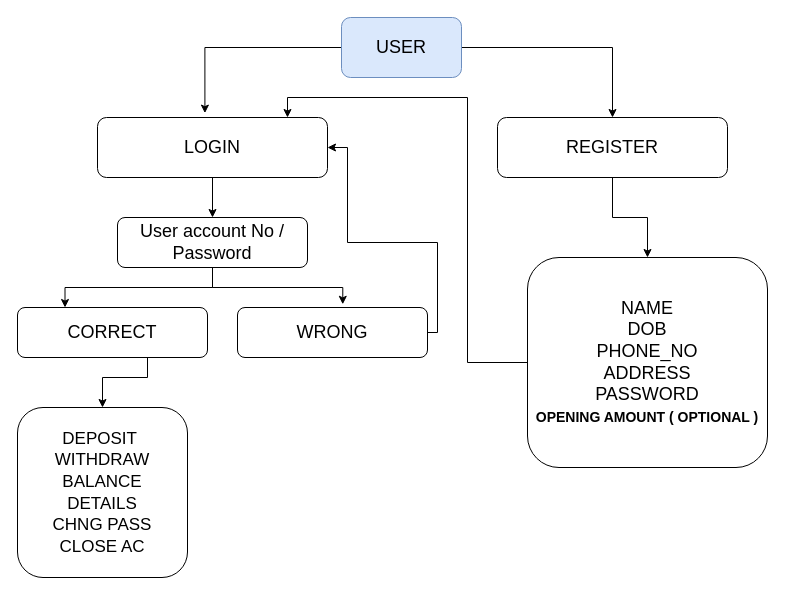
Before: Banking.drawio in Raj-kar/Daigrams, a draw.io diagram. Source tidied: cells renumbered, new cells numbered last; positions are measured from the earlier drawing's top-left corner, leaving out a move shared by most shapes. Both pictures are drawn from the tidied source at 100%, with x=0, y=0 at pixel (17, 17).
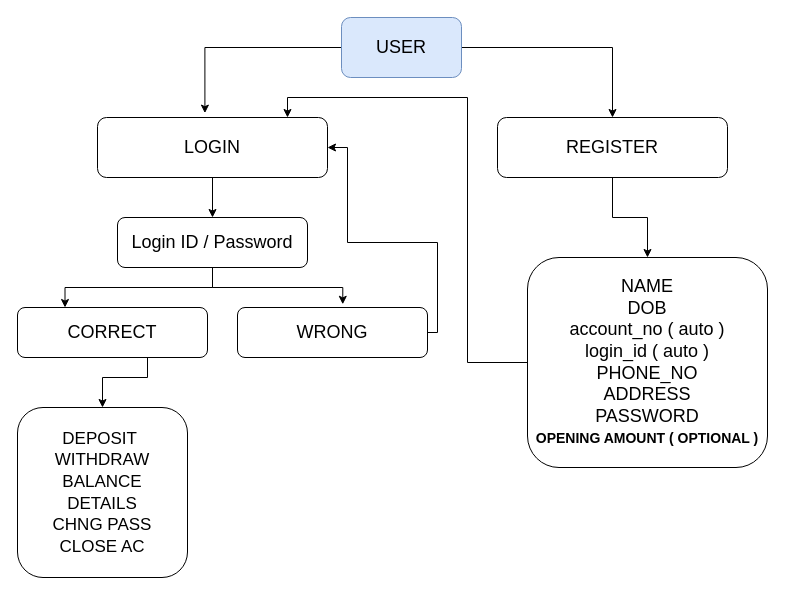
After the change.

Diff of the diagram source:
```diff
@@
-    <mxCell id="11" value="User account No / Password" style="rounded=1;whiteSpace=wrap;html=1;fontSize=18;" parent="1" vertex="1">
+    <mxCell id="11" value="Login ID / Password" style="rounded=1;whiteSpace=wrap;html=1;fontSize=18;" parent="1" vertex="1">
       <mxGeometry x="100" y="200" width="190" height="50" as="geometry" />
     </mxCell>
@@
-    <mxCell id="18" value="NAME&lt;br&gt;DOB&lt;br&gt;PHONE_NO&lt;br&gt;ADDRESS&lt;br&gt;PASSWORD&lt;br&gt;&lt;font style=&quot;font-size: 14px&quot;&gt;&lt;b&gt;OPENING AMOUNT ( OPTIONAL )&lt;/b&gt;&lt;/font&gt;" style="whiteSpace=wrap;html=1;fontSize=18;rounded=1;" parent="1" vertex="1">
+    <mxCell id="18" value="NAME&lt;br&gt;DOB&lt;br&gt;account_no ( auto )&lt;br&gt;login_id ( auto )&lt;br&gt;PHONE_NO&lt;br&gt;ADDRESS&lt;br&gt;PASSWORD&lt;br&gt;&lt;font style=&quot;font-size: 14px&quot;&gt;&lt;b&gt;OPENING AMOUNT ( OPTIONAL )&lt;/b&gt;&lt;/font&gt;" style="whiteSpace=wrap;html=1;fontSize=18;rounded=1;" parent="1" vertex="1">
       <mxGeometry x="510" y="240" width="240" height="210" as="geometry" />
     </mxCell>
```
